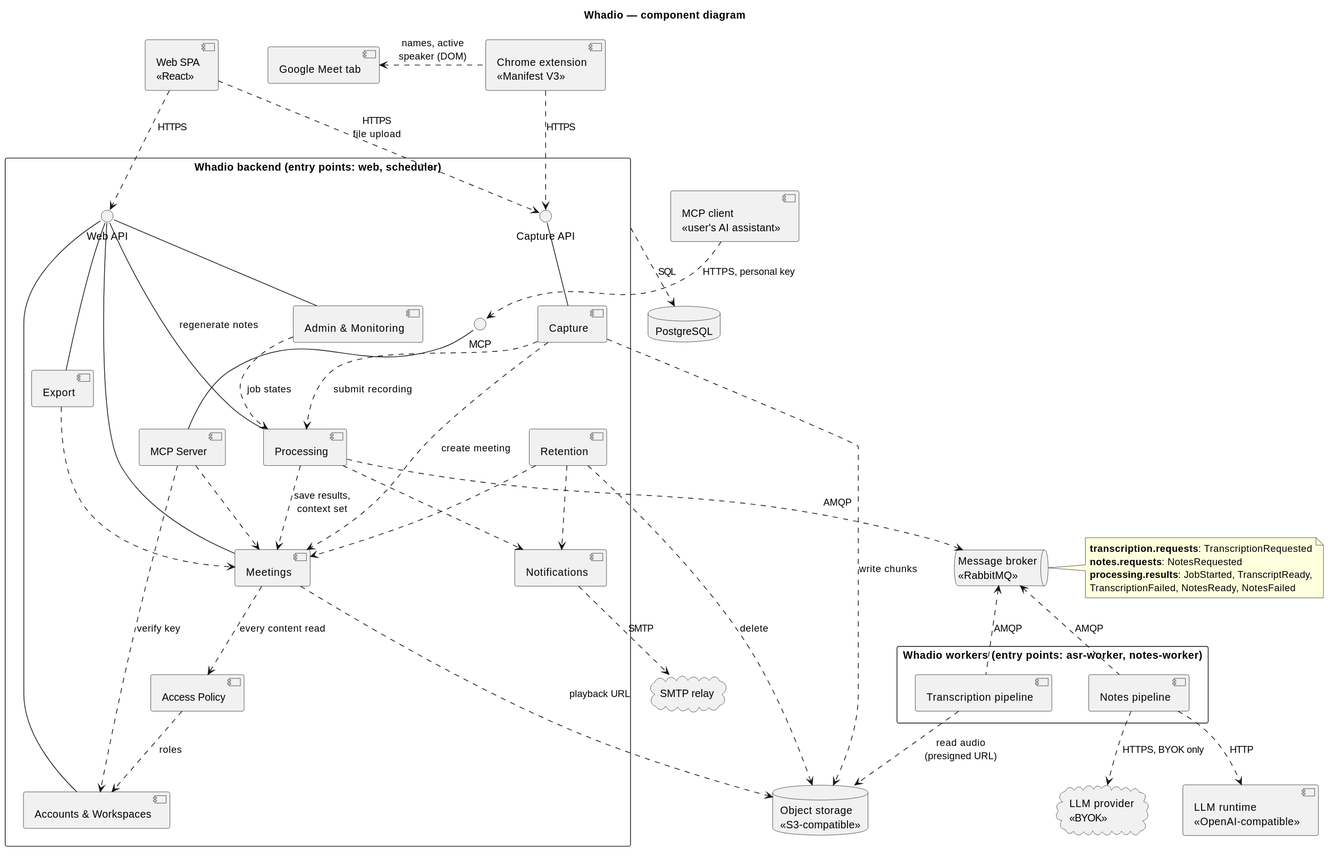
The PlantUML diagram docs/architecture/uml/component-diagram.svg in ukma-fin-ssdm-2026/Whadio, before a commit.
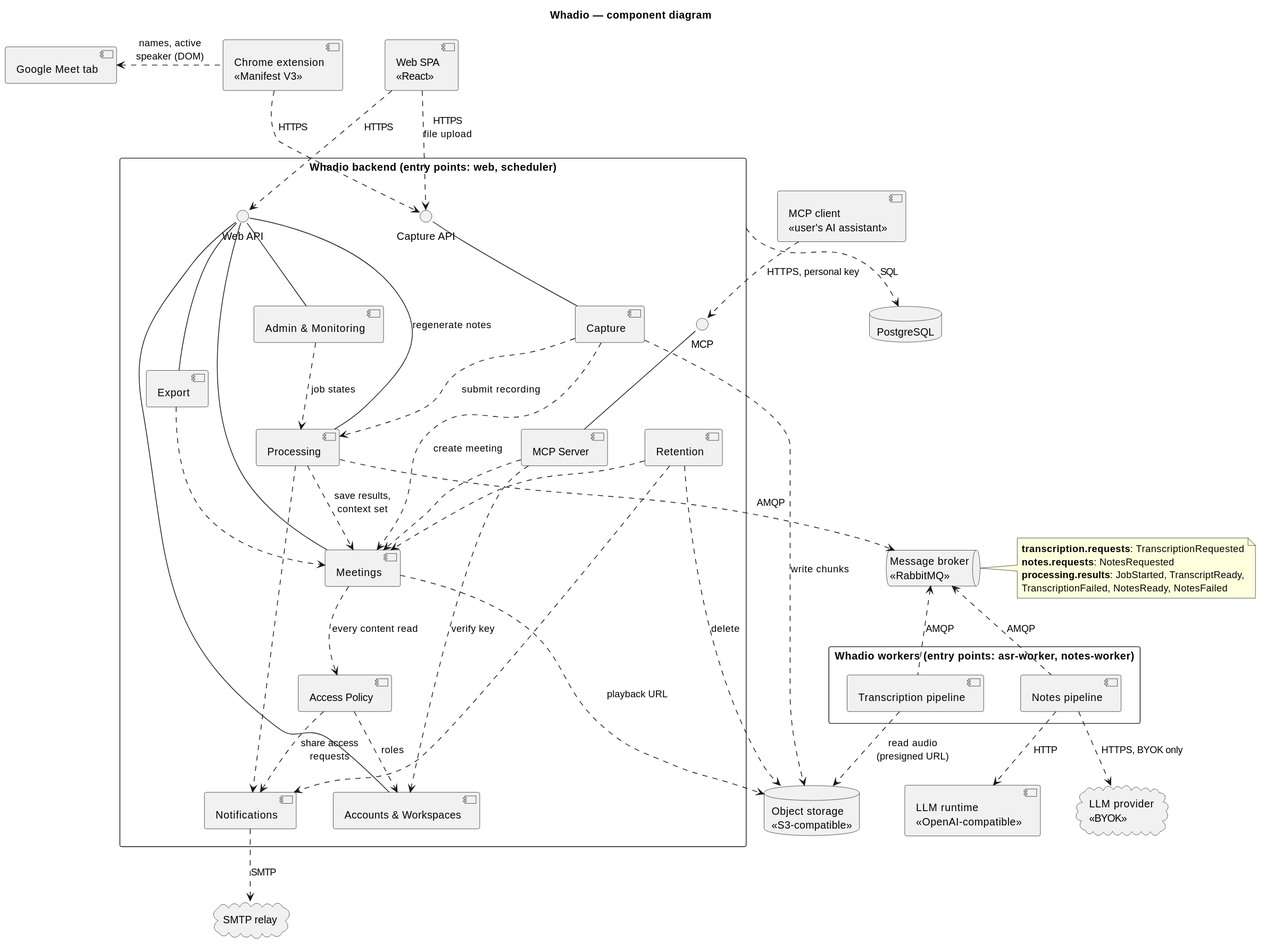
Above is the later version.

Commit message:
docs(#34): require the creator's approval before a share link grants access

Change to the diagram source:
```diff
@@ -75,6 +75,7 @@
 processing ..> notifications
 retention ..> meetings
 retention ..> notifications
+access ..> notifications : share access\nrequests
 meetings ..> access : every content read
 access ..> accounts : roles
 
```
